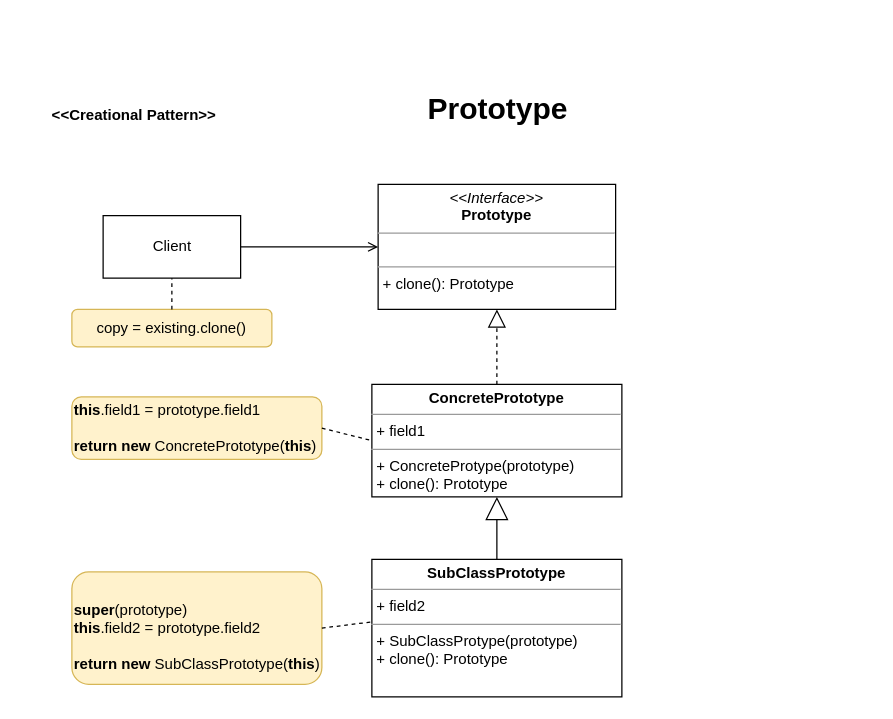
The draw.io diagram Creational - Prototype.drawio in yalankar/yalankar, before the edit. Source tidied: cells renumbered, new cells numbered last; positions are measured from the earlier drawing's top-left corner, leaving out a move shared by most shapes. Both pictures are drawn from the tidied source at 125%, with x=0, y=0 at pixel (21, 84).
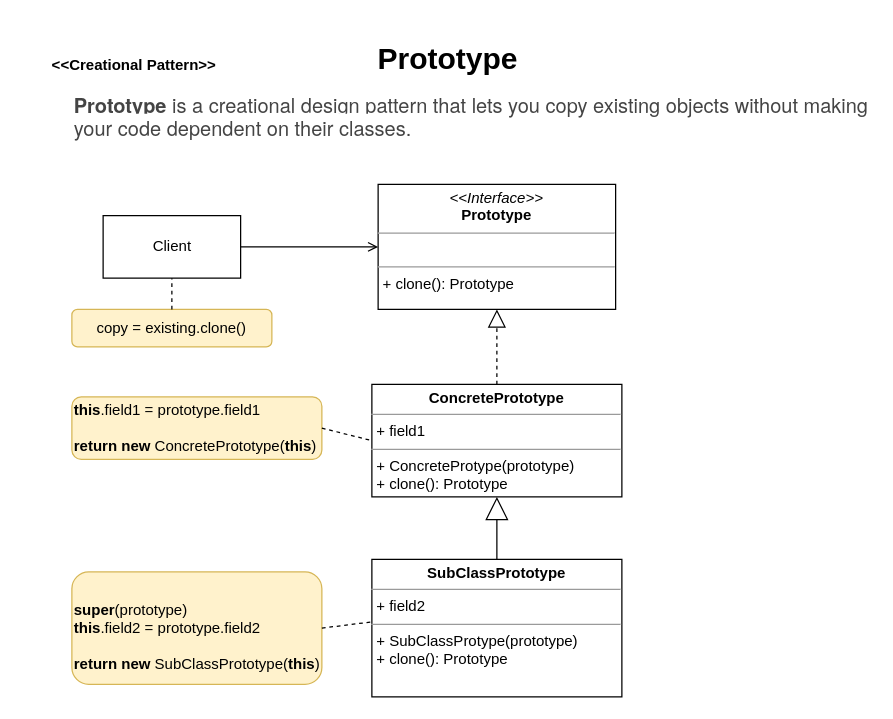
The same page after the edit.

What changed in the source:
```diff
@@
 <mxGraphModel>
   <root>
     <mxCell id="0" />
     <mxCell id="1" parent="0" />
     <mxCell id="2" value="&lt;b&gt;&amp;lt;&amp;lt;Creational Pattern&amp;gt;&amp;gt;&lt;/b&gt;" style="text;html=1;strokeColor=none;fillColor=none;align=center;verticalAlign=middle;whiteSpace=wrap;rounded=0;" parent="1" vertex="1">
-      <mxGeometry y="10" width="180" height="30" as="geometry" />
+      <mxGeometry y="-30" width="180" height="30" as="geometry" />
     </mxCell>
     <mxCell id="3" value="&lt;h1&gt;Prototype&lt;/h1&gt;" style="text;html=1;strokeColor=none;fillColor=none;spacing=5;spacingTop=-20;whiteSpace=wrap;overflow=hidden;rounded=0;" parent="1" vertex="1">
-      <mxGeometry x="320" width="120" height="50" as="geometry" />
+      <mxGeometry x="280" y="-40" width="120" height="50" as="geometry" />
     </mxCell>
     <mxCell id="4" value="&lt;p style=&quot;margin:0px;margin-top:4px;text-align:center;&quot;&gt;&lt;i&gt;&amp;lt;&amp;lt;Interface&amp;gt;&amp;gt;&lt;/i&gt;&lt;br&gt;&lt;b&gt;Prototype&lt;/b&gt;&lt;/p&gt;&lt;hr size=&quot;1&quot;&gt;&lt;p style=&quot;margin:0px;margin-left:4px;&quot;&gt;&lt;br&gt;&lt;/p&gt;&lt;hr size=&quot;1&quot;&gt;&lt;p style=&quot;margin:0px;margin-left:4px;&quot;&gt;+ clone(): Prototype&lt;br&gt;&lt;br&gt;&lt;/p&gt;" style="verticalAlign=top;align=left;overflow=fill;fontSize=12;fontFamily=Helvetica;html=1;" parent="1" vertex="1">
       <mxGeometry x="285" y="80" width="190" height="100" as="geometry" />
     </mxCell>
     <mxCell id="5" value="&lt;p style=&quot;margin:0px;margin-top:4px;text-align:center;&quot;&gt;&lt;b&gt;ConcretePrototype&lt;/b&gt;&lt;/p&gt;&lt;hr size=&quot;1&quot;&gt;&lt;p style=&quot;margin:0px;margin-left:4px;&quot;&gt;+ field1&lt;/p&gt;&lt;hr size=&quot;1&quot;&gt;&lt;p style=&quot;margin:0px;margin-left:4px;&quot;&gt;+ ConcreteProtype(prototype)&lt;/p&gt;&lt;p style=&quot;margin:0px;margin-left:4px;&quot;&gt;+ clone(): Prototype&lt;/p&gt;" style="verticalAlign=top;align=left;overflow=fill;fontSize=12;fontFamily=Helvetica;html=1;" parent="1" vertex="1">
       <mxGeometry x="280" y="240" width="200" height="90" as="geometry" />
     </mxCell>
     <mxCell id="6" style="endArrow=block;dashed=1;endFill=0;endSize=12;html=1;rounded=0;exitX=0.5;exitY=0;exitDx=0;exitDy=0;entryX=0.5;entryY=1;entryDx=0;entryDy=0;" parent="1" edge="1" source="5" target="4">
       <mxGeometry relative="1" as="geometry" />
     </mxCell>
     <mxCell id="7" value="Client" style="html=1;" parent="1" vertex="1">
       <mxGeometry x="65" y="105" width="110" height="50" as="geometry" />
     </mxCell>
     <mxCell id="8" style="endArrow=open;html=1;rounded=0;exitX=1;exitY=0.5;exitDx=0;exitDy=0;entryX=0;entryY=0.5;entryDx=0;entryDy=0;endFill=0;" parent="1" edge="1" source="7" target="4">
       <mxGeometry relative="1" as="geometry" />
     </mxCell>
     <mxCell id="9" value="copy = existing.clone()" style="text;html=1;strokeColor=#d6b656;fillColor=#fff2cc;align=center;verticalAlign=middle;whiteSpace=wrap;rounded=1;" parent="1" vertex="1">
       <mxGeometry x="40" y="180" width="160" height="30" as="geometry" />
     </mxCell>
     <mxCell id="10" style="endArrow=none;dashed=1;html=1;rounded=0;exitX=0.5;exitY=0;exitDx=0;exitDy=0;entryX=0.5;entryY=1;entryDx=0;entryDy=0;" parent="1" edge="1" source="9" target="7">
       <mxGeometry relative="1" as="geometry" />
     </mxCell>
     <mxCell id="11" value="&lt;b&gt;this&lt;/b&gt;.field1 = prototype.field1&lt;br&gt;&lt;br&gt;&lt;b&gt;return new&lt;/b&gt; ConcretePrototype(&lt;b&gt;this&lt;/b&gt;)" style="text;html=1;strokeColor=#d6b656;fillColor=#fff2cc;align=left;verticalAlign=middle;whiteSpace=wrap;rounded=1;" parent="1" vertex="1">
       <mxGeometry x="40" y="250" width="200" height="50" as="geometry" />
     </mxCell>
     <mxCell id="12" style="endArrow=none;dashed=1;html=1;rounded=0;entryX=0;entryY=0.5;entryDx=0;entryDy=0;exitX=1;exitY=0.5;exitDx=0;exitDy=0;" parent="1" edge="1" source="11" target="5">
       <mxGeometry relative="1" as="geometry" />
     </mxCell>
     <mxCell id="13" value="&lt;p style=&quot;margin:0px;margin-top:4px;text-align:center;&quot;&gt;&lt;b&gt;SubClassPrototype&lt;/b&gt;&lt;/p&gt;&lt;hr size=&quot;1&quot;&gt;&lt;p style=&quot;margin:0px;margin-left:4px;&quot;&gt;+ field2&lt;/p&gt;&lt;hr size=&quot;1&quot;&gt;&lt;p style=&quot;margin:0px;margin-left:4px;&quot;&gt;+ SubClassProtype(prototype)&lt;/p&gt;&lt;p style=&quot;margin:0px;margin-left:4px;&quot;&gt;+ clone(): Prototype&lt;/p&gt;" style="verticalAlign=top;align=left;overflow=fill;fontSize=12;fontFamily=Helvetica;html=1;" parent="1" vertex="1">
       <mxGeometry x="280" y="380" width="200" height="110" as="geometry" />
     </mxCell>
     <mxCell id="14" value="&lt;b&gt;&lt;br&gt;super&lt;/b&gt;(prototype)&lt;br&gt;&lt;b&gt;this&lt;/b&gt;.field2 = prototype.field2&lt;br&gt;&lt;br&gt;&lt;b&gt;return new&lt;/b&gt;&amp;nbsp;SubClassPrototype(&lt;b&gt;this&lt;/b&gt;)" style="text;html=1;strokeColor=#d6b656;fillColor=#fff2cc;align=left;verticalAlign=middle;whiteSpace=wrap;rounded=1;" parent="1" vertex="1">
       <mxGeometry x="40" y="390" width="200" height="90" as="geometry" />
     </mxCell>
     <mxCell id="15" style="endArrow=none;dashed=1;html=1;rounded=0;exitX=1;exitY=0.5;exitDx=0;exitDy=0;" parent="1" edge="1" source="14">
       <mxGeometry relative="1" as="geometry">
         <mxPoint x="280" y="430" as="targetPoint" />
       </mxGeometry>
     </mxCell>
     <mxCell id="16" style="endArrow=block;endSize=16;endFill=0;html=1;rounded=0;" parent="1" edge="1" target="5">
       <mxGeometry relative="1" as="geometry">
         <mxPoint x="380" y="380" as="sourcePoint" />
       </mxGeometry>
     </mxCell>
+    <mxCell id="17" value="&lt;strong style=&quot;box-sizing: border-box; font-weight: bolder; color: rgb(68, 68, 68); font-family: &amp;quot;PT Sans&amp;quot;, &amp;quot;Helvetica Neue&amp;quot;, Arial, sans-serif; font-size: 16px; font-style: normal; font-variant-ligatures: normal; font-variant-caps: normal; letter-spacing: normal; orphans: 2; text-align: left; text-indent: 0px; text-transform: none; widows: 2; word-spacing: 0px; -webkit-text-stroke-width: 0px; background-color: rgb(255, 255, 255); text-decoration-thickness: initial; text-decoration-style: initial; text-decoration-color: initial;&quot;&gt;Prototype&lt;/strong&gt;&lt;span style=&quot;color: rgb(68, 68, 68); font-family: &amp;quot;PT Sans&amp;quot;, &amp;quot;Helvetica Neue&amp;quot;, Arial, sans-serif; font-size: 16px; font-style: normal; font-variant-ligatures: normal; font-variant-caps: normal; font-weight: 400; letter-spacing: normal; orphans: 2; text-align: left; text-indent: 0px; text-transform: none; widows: 2; word-spacing: 0px; -webkit-text-stroke-width: 0px; background-color: rgb(255, 255, 255); text-decoration-thickness: initial; text-decoration-style: initial; text-decoration-color: initial; float: none; display: inline !important;&quot;&gt;&lt;span&gt;&amp;nbsp;&lt;/span&gt;is a creational design pattern that lets you copy existing objects without making your code dependent on their&amp;nbsp;classes.&lt;/span&gt;" style="text;whiteSpace=wrap;html=1;" parent="1" vertex="1">
+      <mxGeometry x="40" width="640" height="60" as="geometry" />
+    </mxCell>
   </root>
 </mxGraphModel>
```
